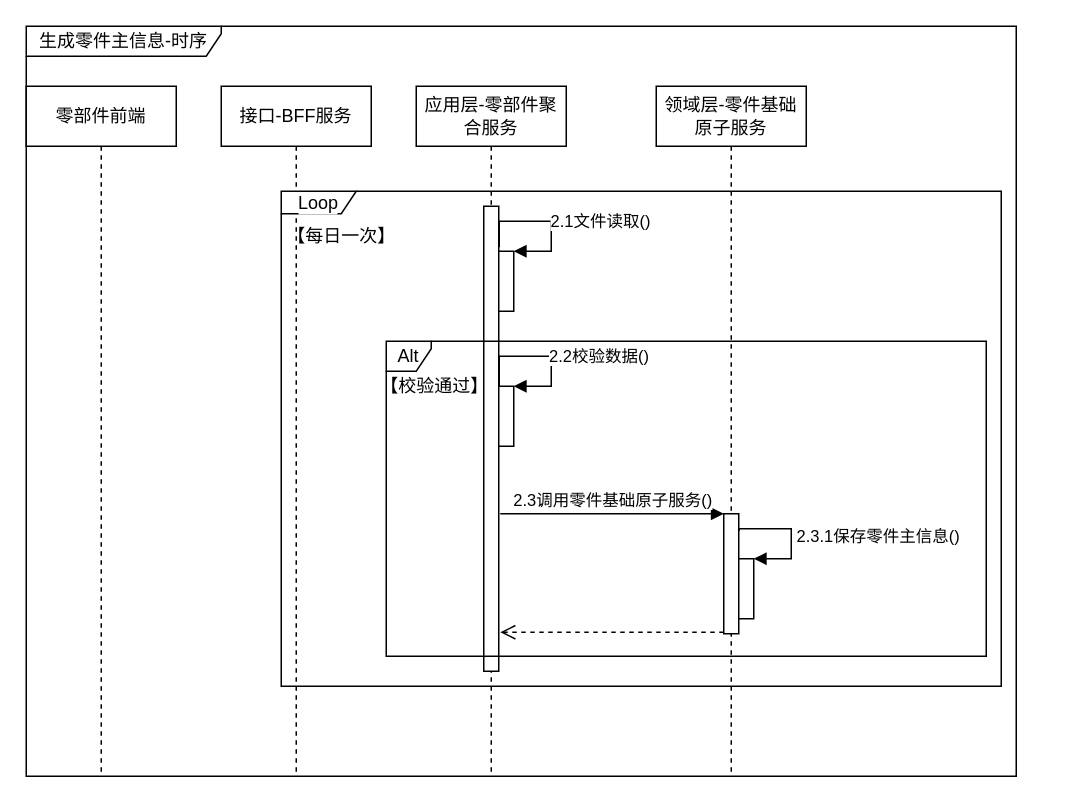
This is page "定时任务-行为图" (2 of 5) of 零件主信息.drawio from 1132489442/gitRepository1, a draw.io file, before an edit. Source tidied: cells renumbered, new cells numbered last; positions are measured from the earlier drawing's top-left corner, leaving out a move shared by most shapes. Both pictures are drawn from the tidied source at 150%, with x=0, y=0 at pixel (26, 26).
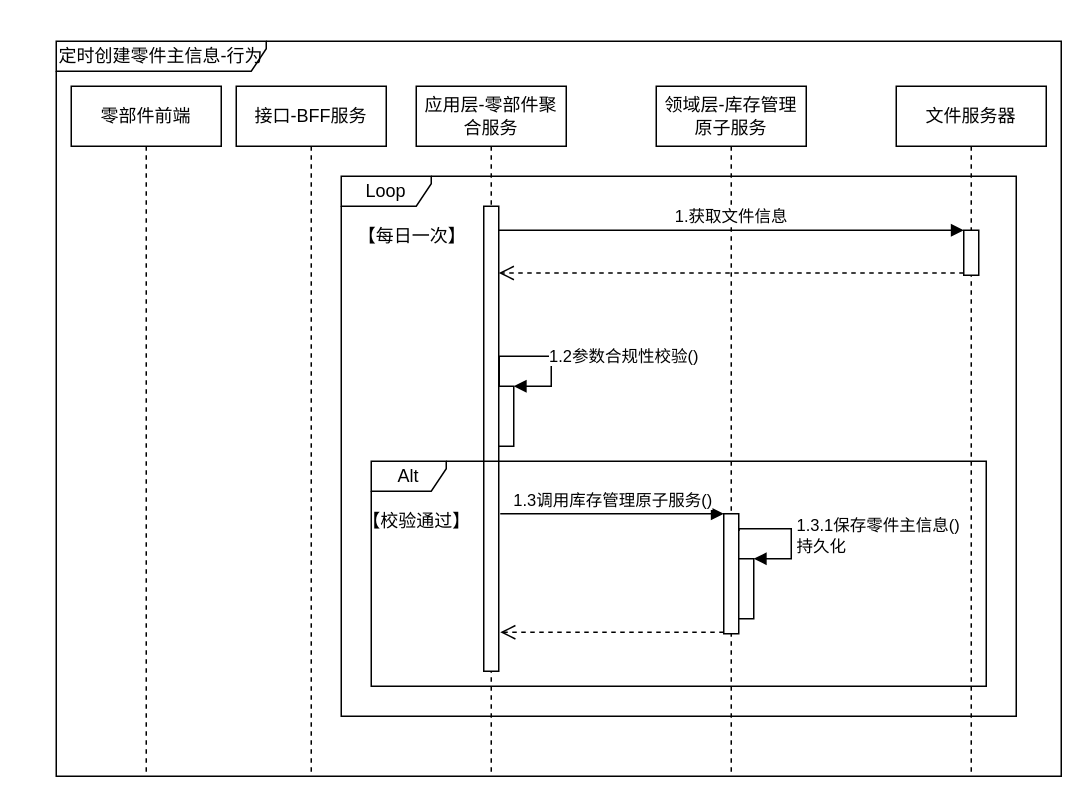
Above is the later version.

The change refers to these unchanged cells:
```xml
<mxCell id="3" style="html=1;points=[];perimeter=orthogonalPerimeter;labelBackgroundColor=#FFFFFF;fillColor=#FFFFFF;" parent="2" vertex="1">
  <mxGeometry x="45" y="285" width="10" height="80" as="geometry" />
</mxCell>
<mxCell id="4" style="html=1;points=[];perimeter=orthogonalPerimeter;labelBackgroundColor=#FFFFFF;fillColor=#FFFFFF;" parent="2" vertex="1">
  <mxGeometry x="55" y="315" width="10" height="40" as="geometry" />
</mxCell>
<mxCell id="6" value="应用层-零部件聚合服务" style="shape=umlLifeline;perimeter=lifelinePerimeter;whiteSpace=wrap;html=1;labelBackgroundColor=#FFFFFF;fillColor=#FFFFFF;" parent="1" vertex="1">
  <mxGeometry x="260" y="40" width="100" height="460" as="geometry" />
</mxCell>
<mxCell id="7" style="html=1;points=[];perimeter=orthogonalPerimeter;labelBackgroundColor=#FFFFFF;fillColor=#FFFFFF;" parent="6" vertex="1">
  <mxGeometry x="45" y="80" width="10" height="310" as="geometry" />
</mxCell>
<mxCell id="16" style="html=1;points=[];perimeter=orthogonalPerimeter;labelBackgroundColor=#FFFFFF;fillColor=#FFFFFF;" parent="1" vertex="1">
  <mxGeometry x="315" y="240" width="10" height="40" as="geometry" />
</mxCell>
```

The edit, as a diff of the source:
```diff
@@
-    <mxCell id="2" value="领域层-零件基础原子服务" style="shape=umlLifeline;perimeter=lifelinePerimeter;whiteSpace=wrap;html=1;labelBackgroundColor=#FFFFFF;fillColor=#FFFFFF;" parent="1" vertex="1">
+    <mxCell id="2" value="领域层-库存管理原子服务" style="shape=umlLifeline;perimeter=lifelinePerimeter;whiteSpace=wrap;html=1;labelBackgroundColor=#FFFFFF;fillColor=#FFFFFF;" parent="1" vertex="1">
       <mxGeometry x="420" y="40" width="100" height="460" as="geometry" />
     </mxCell>
@@
-    <mxCell id="5" value="2.3.1保存零件主信息()" style="edgeStyle=orthogonalEdgeStyle;html=1;align=left;spacingLeft=2;endArrow=block;rounded=0;entryX=1;entryY=0;exitX=1.018;exitY=0.143;exitDx=0;exitDy=0;exitPerimeter=0;" parent="2" edge="1" source="3" target="4">
+    <mxCell id="5" value="1.3.1保存零件主信息()&lt;br&gt;持久化" style="edgeStyle=orthogonalEdgeStyle;html=1;align=left;spacingLeft=2;endArrow=block;rounded=0;entryX=1;entryY=0;exitX=1.018;exitY=0.143;exitDx=0;exitDy=0;exitPerimeter=0;" parent="2" edge="1" source="3" target="4">
       <mxGeometry relative="1" as="geometry">
         <Array as="points">
           <mxPoint x="55" y="295" />
           <mxPoint x="90" y="295" />
           <mxPoint x="90" y="315" />
         </Array>
       </mxGeometry>
     </mxCell>
@@
-    <mxCell id="8" style="html=1;points=[];perimeter=orthogonalPerimeter;labelBackgroundColor=#FFFFFF;fillColor=#FFFFFF;" parent="6" vertex="1">
-      <mxGeometry x="55" y="110" width="10" height="40" as="geometry" />
-    </mxCell>
-    <mxCell id="9" value="2.1文件读取()" style="edgeStyle=orthogonalEdgeStyle;html=1;align=left;spacingLeft=2;endArrow=block;rounded=0;entryX=1;entryY=0;exitX=1.033;exitY=0.088;exitDx=0;exitDy=0;exitPerimeter=0;" parent="6" edge="1" source="7" target="8">
-      <mxGeometry relative="1" as="geometry">
-        <Array as="points">
-          <mxPoint x="90" y="90" />
-          <mxPoint x="90" y="110" />
-        </Array>
-      </mxGeometry>
-    </mxCell>
     <mxCell id="10" value="接口-BFF服务" style="shape=umlLifeline;perimeter=lifelinePerimeter;whiteSpace=wrap;html=1;labelBackgroundColor=#FFFFFF;fillColor=#FFFFFF;" parent="1" vertex="1">
-      <mxGeometry x="130" y="40" width="100" height="460" as="geometry" />
+      <mxGeometry x="140" y="40" width="100" height="460" as="geometry" />
     </mxCell>
     <mxCell id="11" value="零部件前端" style="shape=umlLifeline;perimeter=lifelinePerimeter;whiteSpace=wrap;html=1;labelBackgroundColor=#FFFFFF;fillColor=#FFFFFF;" parent="1" vertex="1">
-      <mxGeometry y="40" width="100" height="460" as="geometry" />
+      <mxGeometry x="30" y="40" width="100" height="460" as="geometry" />
     </mxCell>
-    <mxCell id="12" value="2.3调用零件基础原子服务()" style="html=1;verticalAlign=bottom;endArrow=block;entryX=0;entryY=0;rounded=0;" parent="1" edge="1" target="3">
+    <mxCell id="12" value="1.3调用库存管理原子服务()" style="html=1;verticalAlign=bottom;endArrow=block;entryX=0;entryY=0;rounded=0;" parent="1" edge="1" target="3">
       <mxGeometry relative="1" as="geometry">
         <mxPoint x="316" y="325" as="sourcePoint" />
       </mxGeometry>
     </mxCell>
@@
-    <mxCell id="14" value="Alt" style="shape=umlFrame;whiteSpace=wrap;html=1;width=30;height=20;" parent="1" vertex="1">
-      <mxGeometry x="240" y="210" width="400" height="210" as="geometry" />
-    </mxCell>
-    <mxCell id="15" value="【校验通过】" style="text;html=1;align=center;verticalAlign=middle;strokeColor=none;fillColor=none;" parent="1" vertex="1">
-      <mxGeometry x="227" y="230" width="90" height="20" as="geometry" />
-    </mxCell>
@@
-    <mxCell id="17" value="2.2校验数据()" style="edgeStyle=orthogonalEdgeStyle;html=1;align=left;spacingLeft=2;endArrow=block;rounded=0;entryX=1;entryY=0;exitX=1.033;exitY=0.088;exitDx=0;exitDy=0;exitPerimeter=0;" parent="1" edge="1" target="16">
+    <mxCell id="17" value="1.2参数合规性校验()" style="edgeStyle=orthogonalEdgeStyle;html=1;align=left;spacingLeft=2;endArrow=block;rounded=0;entryX=1;entryY=0;exitX=1.033;exitY=0.088;exitDx=0;exitDy=0;exitPerimeter=0;" parent="1" edge="1" target="16">
       <mxGeometry relative="1" as="geometry">
         <mxPoint x="315.3" y="239.9" as="sourcePoint" />
         <Array as="points">
           <mxPoint x="350" y="220" />
           <mxPoint x="350" y="240" />
         </Array>
       </mxGeometry>
     </mxCell>
+    <mxCell id="19" value="【每日一次】" style="text;html=1;align=center;verticalAlign=middle;strokeColor=none;fillColor=none;" parent="1" vertex="1">
+      <mxGeometry x="212" y="130" width="90" height="20" as="geometry" />
+    </mxCell>
+    <mxCell id="21" value="文件服务器" style="shape=umlLifeline;perimeter=lifelinePerimeter;whiteSpace=wrap;html=1;" parent="1" vertex="1">
+      <mxGeometry x="580" y="40" width="100" height="460" as="geometry" />
+    </mxCell>
+    <mxCell id="22" style="html=1;points=[];perimeter=orthogonalPerimeter;" parent="21" vertex="1">
+      <mxGeometry x="45" y="96" width="10" height="30" as="geometry" />
+    </mxCell>
+    <mxCell id="23" value="1.获取文件信息" style="html=1;verticalAlign=bottom;endArrow=block;entryX=0;entryY=0;rounded=0;" parent="1" edge="1" target="22">
+      <mxGeometry relative="1" as="geometry">
+        <mxPoint x="315" y="136" as="sourcePoint" />
+      </mxGeometry>
+    </mxCell>
+    <mxCell id="24" style="html=1;verticalAlign=bottom;endArrow=open;dashed=1;endSize=8;exitX=0;exitY=0.95;rounded=0;" parent="1" edge="1" source="22">
+      <mxGeometry relative="1" as="geometry">
+        <mxPoint x="315" y="164.5" as="targetPoint" />
+      </mxGeometry>
+    </mxCell>
+    <mxCell id="15" value="【校验通过】" style="text;html=1;align=center;verticalAlign=middle;strokeColor=none;fillColor=none;" parent="1" vertex="1">
+      <mxGeometry x="215" y="320" width="90" height="20" as="geometry" />
+    </mxCell>
+    <mxCell id="14" value="Alt" style="shape=umlFrame;whiteSpace=wrap;html=1;width=50;height=20;" parent="1" vertex="1">
+      <mxGeometry x="230" y="290" width="410" height="150" as="geometry" />
+    </mxCell>
-    <mxCell id="18" value="Loop" style="shape=umlFrame;whiteSpace=wrap;html=1;labelBackgroundColor=#FFFFFF;fillColor=#FFFFFF;width=50;height=15;" parent="1" vertex="1">
-      <mxGeometry x="170" y="110" width="480" height="330" as="geometry" />
+    <mxCell id="18" value="Loop" style="shape=umlFrame;whiteSpace=wrap;html=1;width=60;height=20;" parent="1" vertex="1">
+      <mxGeometry x="210" y="100" width="450" height="360" as="geometry" />
     </mxCell>
-    <mxCell id="19" value="【每日一次】" style="text;html=1;align=center;verticalAlign=middle;strokeColor=none;fillColor=none;" parent="1" vertex="1">
-      <mxGeometry x="165" y="130" width="90" height="20" as="geometry" />
-    </mxCell>
-    <mxCell id="20" value="生成零件主信息-时序" style="shape=umlFrame;whiteSpace=wrap;html=1;labelBackgroundColor=#FFFFFF;fillColor=#FFFFFF;width=130;height=20;" parent="1" vertex="1">
-      <mxGeometry width="660" height="500" as="geometry" />
-    </mxCell>
+    <mxCell id="25" value="定时创建零件主信息-行为" style="shape=umlFrame;whiteSpace=wrap;html=1;width=140;height=20;" parent="1" vertex="1">
+      <mxGeometry x="20" y="10" width="670" height="490" as="geometry" />
+    </mxCell>
```
